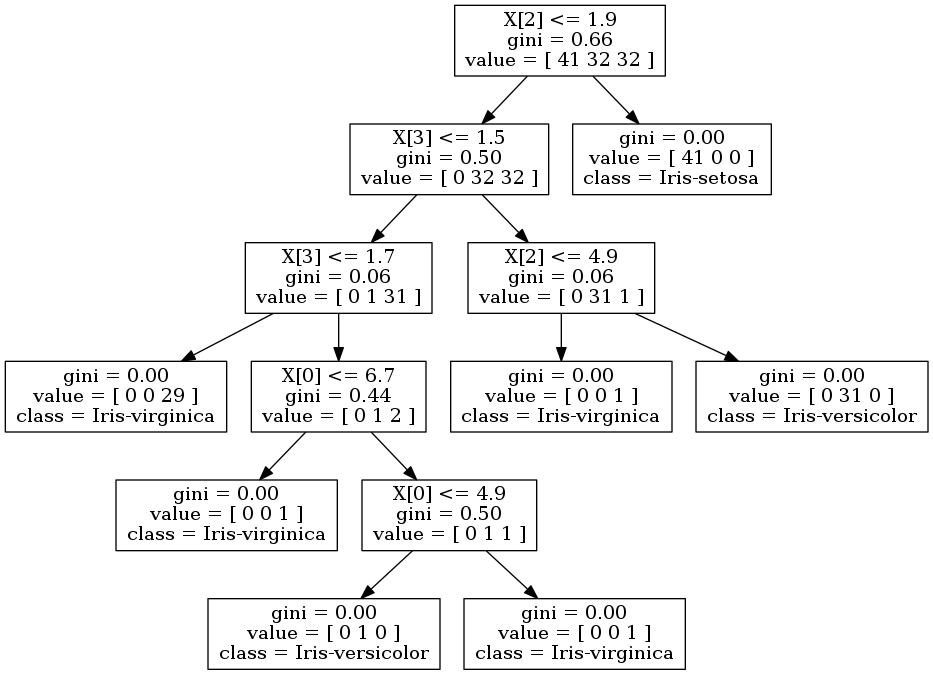
The Graphviz diagram artifacts/VisualTree_4feature.png in mikaelkg/DecisionTree, before a commit. Its source is kept beside it as artifacts/VisualTree_4feature.dot. Its diagram source:
```dot
digraph Tree {
node [shape=box] ;
0 [label="X[2] <= 1.9\ngini = 0.66\nvalue = [ 41 32 32 ]"] ;
1 [label="X[3] <= 1.5\ngini = 0.50\nvalue = [ 0 32 32 ]"] ;
0 -> 1 ;
2 [label="X[3] <= 1.7\ngini = 0.06\nvalue = [ 0 1 31 ]"] ;
1 -> 2 ;
3 [label="gini = 0.00\nvalue = [ 0 0 29 ]\nclass = Iris-virginica"] ;
2 -> 3 ;
4 [label="X[0] <= 6.7\ngini = 0.44\nvalue = [ 0 1 2 ]"] ;
2 -> 4 ;
5 [label="gini = 0.00\nvalue = [ 0 0 1 ]\nclass = Iris-virginica"] ;
4 -> 5 ;
6 [label="X[0] <= 4.9\ngini = 0.50\nvalue = [ 0 1 1 ]"] ;
4 -> 6 ;
7 [label="gini = 0.00\nvalue = [ 0 1 0 ]\nclass = Iris-versicolor"] ;
6 -> 7 ;
8 [label="gini = 0.00\nvalue = [ 0 0 1 ]\nclass = Iris-virginica"] ;
6 -> 8 ;
9 [label="X[2] <= 4.9\ngini = 0.06\nvalue = [ 0 31 1 ]"] ;
1 -> 9 ;
10 [label="gini = 0.00\nvalue = [ 0 0 1 ]\nclass = Iris-virginica"] ;
9 -> 10 ;
11 [label="gini = 0.00\nvalue = [ 0 31 0 ]\nclass = Iris-versicolor"] ;
9 -> 11 ;
12 [label="gini = 0.00\nvalue = [ 41 0 0 ]\nclass = Iris-setosa"] ;
0 -> 12 ;
}
```
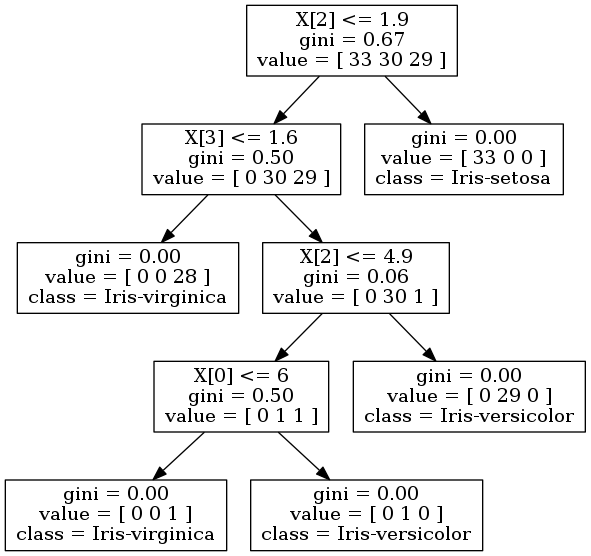
Above is the later version.

Change to the diagram source:
```diff
@@ -1,28 +1,20 @@
 digraph Tree {
 node [shape=box] ;
-0 [label="X[2] <= 1.9\ngini = 0.66\nvalue = [ 41 32 32 ]"] ;
-1 [label="X[3] <= 1.5\ngini = 0.50\nvalue = [ 0 32 32 ]"] ;
+0 [label="X[2] <= 1.9\ngini = 0.67\nvalue = [ 33 30 29 ]"] ;
+1 [label="X[3] <= 1.6\ngini = 0.50\nvalue = [ 0 30 29 ]"] ;
 0 -> 1 ;
-2 [label="X[3] <= 1.7\ngini = 0.06\nvalue = [ 0 1 31 ]"] ;
+2 [label="gini = 0.00\nvalue = [ 0 0 28 ]\nclass = Iris-virginica"] ;
 1 -> 2 ;
-3 [label="gini = 0.00\nvalue = [ 0 0 29 ]\nclass = Iris-virginica"] ;
-2 -> 3 ;
-4 [label="X[0] <= 6.7\ngini = 0.44\nvalue = [ 0 1 2 ]"] ;
-2 -> 4 ;
+3 [label="X[2] <= 4.9\ngini = 0.06\nvalue = [ 0 30 1 ]"] ;
+1 -> 3 ;
+4 [label="X[0] <= 6\ngini = 0.50\nvalue = [ 0 1 1 ]"] ;
+3 -> 4 ;
 5 [label="gini = 0.00\nvalue = [ 0 0 1 ]\nclass = Iris-virginica"] ;
 4 -> 5 ;
-6 [label="X[0] <= 4.9\ngini = 0.50\nvalue = [ 0 1 1 ]"] ;
+6 [label="gini = 0.00\nvalue = [ 0 1 0 ]\nclass = Iris-versicolor"] ;
 4 -> 6 ;
-7 [label="gini = 0.00\nvalue = [ 0 1 0 ]\nclass = Iris-versicolor"] ;
-6 -> 7 ;
-8 [label="gini = 0.00\nvalue = [ 0 0 1 ]\nclass = Iris-virginica"] ;
-6 -> 8 ;
-9 [label="X[2] <= 4.9\ngini = 0.06\nvalue = [ 0 31 1 ]"] ;
-1 -> 9 ;
-10 [label="gini = 0.00\nvalue = [ 0 0 1 ]\nclass = Iris-virginica"] ;
-9 -> 10 ;
-11 [label="gini = 0.00\nvalue = [ 0 31 0 ]\nclass = Iris-versicolor"] ;
-9 -> 11 ;
-12 [label="gini = 0.00\nvalue = [ 41 0 0 ]\nclass = Iris-setosa"] ;
-0 -> 12 ;
+7 [label="gini = 0.00\nvalue = [ 0 29 0 ]\nclass = Iris-versicolor"] ;
+3 -> 7 ;
+8 [label="gini = 0.00\nvalue = [ 33 0 0 ]\nclass = Iris-setosa"] ;
+0 -> 8 ;
 }
```
